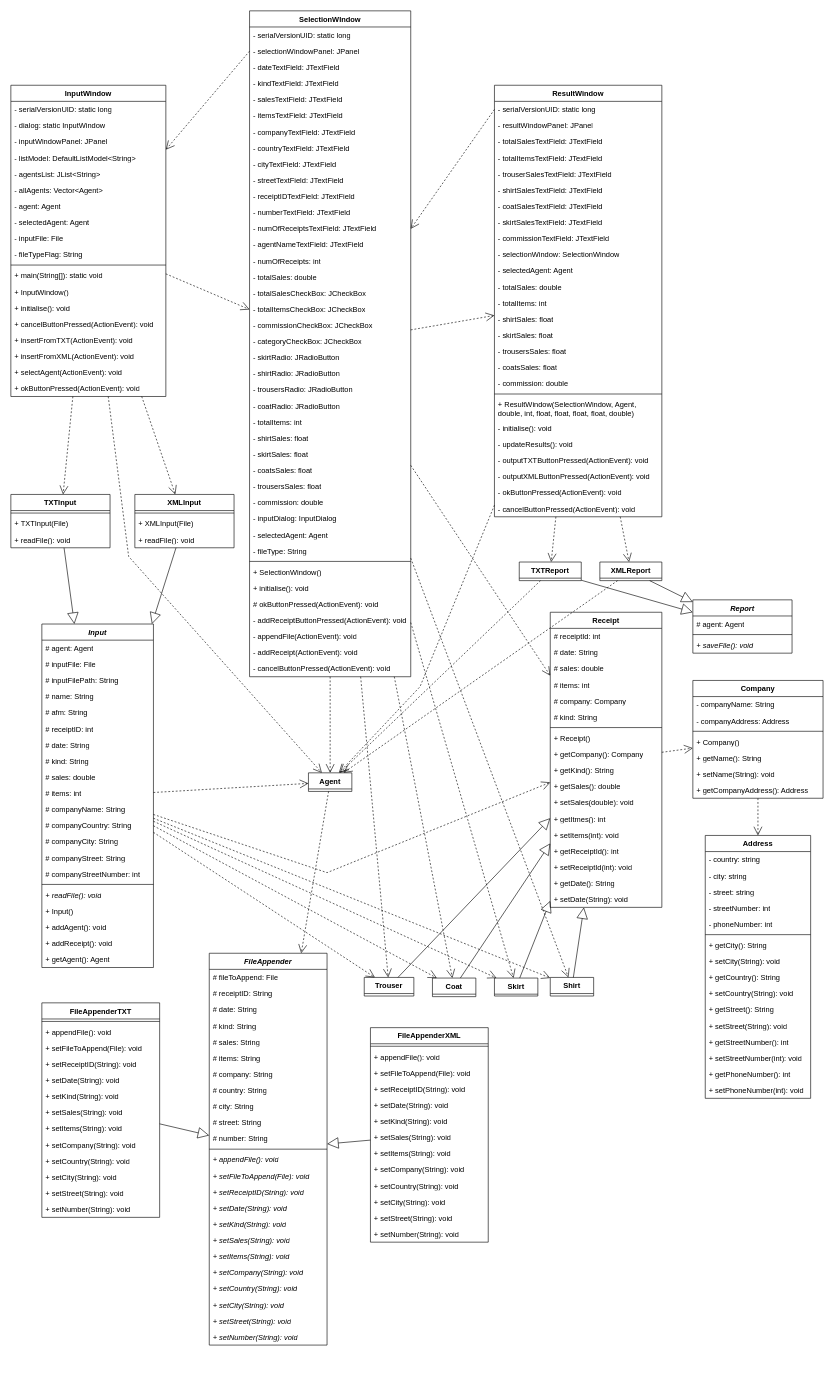
Earlier version of the draw.io diagram page "All" (6 of 6) of diagrams/LegacyDesign.drawio (pKolok/mye004_SalesCommissions_2023). Source tidied: cells renumbered, new cells numbered last; positions are measured from the earlier drawing's top-left corner, leaving out a move shared by most shapes. Both pictures are drawn from the tidied source at 62%, with x=0, y=0 at pixel (11, 11).
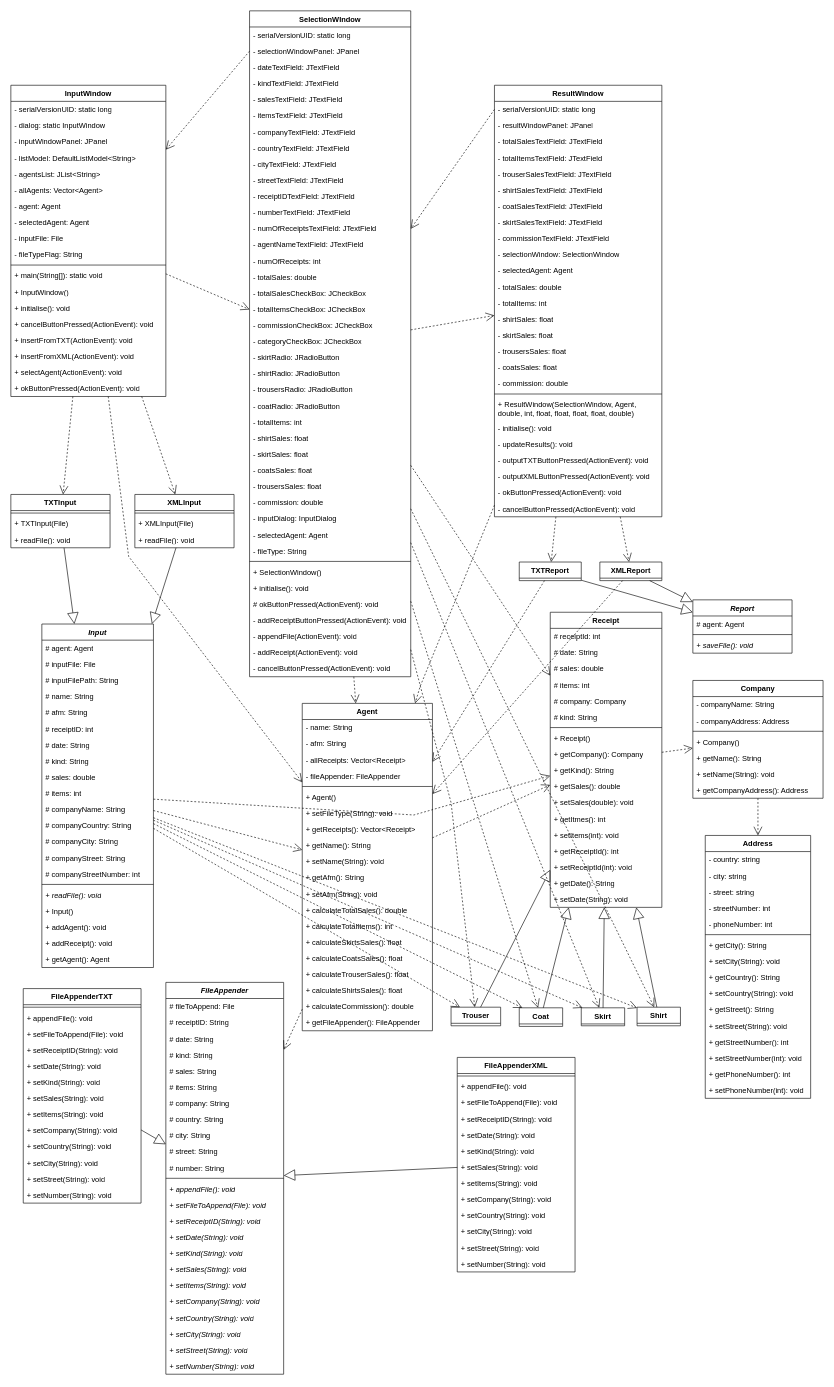
The same page after the edit.

Unchanged cells that the change refers to:
```xml
<mxCell id="22" value="SelectionWIndow" style="swimlane;fontStyle=1;align=center;verticalAlign=top;horizontal=1;startSize=26;whiteSpace=wrap;html=1;" parent="1" vertex="1">
  <mxGeometry x="385" width="260" height="1074" as="geometry" />
</mxCell>
<mxCell id="106" value="Receipt" style="swimlane;fontStyle=1;align=center;verticalAlign=top;horizontal=1;startSize=26;whiteSpace=wrap;html=1;" parent="1" vertex="1">
  <mxGeometry x="870" y="970" width="180" height="476" as="geometry" />
</mxCell>
<mxCell id="141" value="Input" style="swimlane;fontStyle=3;align=center;verticalAlign=top;horizontal=1;startSize=26;whiteSpace=wrap;html=1;" parent="1" vertex="1">
  <mxGeometry x="50" y="989" width="180" height="554" as="geometry" />
</mxCell>
```

Change to the diagram source:
```diff
@@
-    <mxCell id="95" value="Agent" style="swimlane;fontStyle=1;align=center;verticalAlign=top;horizontal=1;startSize=26;whiteSpace=wrap;html=1;" parent="1" vertex="1" collapsed="1">
-      <mxGeometry x="480" y="1229" width="70" height="30" as="geometry" />
+    <mxCell id="95" value="Agent" style="swimlane;fontStyle=1;align=center;verticalAlign=top;horizontal=1;startSize=26;whiteSpace=wrap;html=1;" parent="1" vertex="1">
+      <mxGeometry x="470" y="1117" width="210" height="528" as="geometry" />
     </mxCell>
+    <mxCell id="266" value="- name: String" style="text;strokeColor=none;fillColor=none;align=left;verticalAlign=top;spacingLeft=4;spacingRight=4;overflow=hidden;whiteSpace=wrap;html=1;" parent="95" vertex="1">
+      <mxGeometry y="26" width="210" height="26" as="geometry" />
+    </mxCell>
+    <mxCell id="267" value="- afm: String" style="text;strokeColor=none;fillColor=none;align=left;verticalAlign=top;spacingLeft=4;spacingRight=4;overflow=hidden;whiteSpace=wrap;html=1;" parent="95" vertex="1">
+      <mxGeometry y="52" width="210" height="26" as="geometry" />
+    </mxCell>
+    <mxCell id="268" value="- allReceipts: Vector&amp;lt;Receipt&amp;gt;" style="text;strokeColor=none;fillColor=none;align=left;verticalAlign=top;spacingLeft=4;spacingRight=4;overflow=hidden;whiteSpace=wrap;html=1;" parent="95" vertex="1">
+      <mxGeometry y="78" width="210" height="26" as="geometry" />
+    </mxCell>
+    <mxCell id="269" value="- fileAppender: FileAppender" style="text;strokeColor=none;fillColor=none;align=left;verticalAlign=top;spacingLeft=4;spacingRight=4;overflow=hidden;whiteSpace=wrap;html=1;" parent="95" vertex="1">
+      <mxGeometry y="104" width="210" height="26" as="geometry" />
+    </mxCell>
+    <mxCell id="270" style="line;strokeWidth=1;fillColor=none;align=left;verticalAlign=middle;spacingTop=-1;spacingLeft=3;spacingRight=3;labelPosition=right;strokeColor=inherit;" parent="95" vertex="1">
+      <mxGeometry y="130" width="210" height="8" as="geometry" />
+    </mxCell>
+    <mxCell id="271" value="+ Agent()" style="text;strokeColor=none;fillColor=none;align=left;verticalAlign=top;spacingLeft=4;spacingRight=4;overflow=hidden;whiteSpace=wrap;html=1;" parent="95" vertex="1">
+      <mxGeometry y="138" width="210" height="26" as="geometry" />
+    </mxCell>
+    <mxCell id="272" value="+&amp;nbsp;setFileType&lt;span style=&quot;background-color: initial;&quot;&gt;(String): void&lt;/span&gt;&lt;div style=&quot;background-color:#2f2f2f;padding:0px 0px 0px 2px;&quot;&gt;&lt;div style=&quot;color: rgb(170, 170, 170); font-family: Consolas; font-size: 10pt;&quot;&gt;&lt;p style=&quot;background-color:#373737;margin:0;&quot;&gt;&lt;span style=&quot;color:#d9e8f7;&quot;&gt;&lt;/span&gt;&lt;/p&gt;&lt;/div&gt;&lt;/div&gt;" style="text;strokeColor=none;fillColor=none;align=left;verticalAlign=top;spacingLeft=4;spacingRight=4;overflow=hidden;whiteSpace=wrap;html=1;" parent="95" vertex="1">
+      <mxGeometry y="164" width="210" height="26" as="geometry" />
+    </mxCell>
+    <mxCell id="273" value="+ getReceipts(): Vector&amp;lt;Receipt&amp;gt;" style="text;strokeColor=none;fillColor=none;align=left;verticalAlign=top;spacingLeft=4;spacingRight=4;overflow=hidden;whiteSpace=wrap;html=1;" parent="95" vertex="1">
+      <mxGeometry y="190" width="210" height="26" as="geometry" />
+    </mxCell>
+    <mxCell id="274" value="+&amp;nbsp;getName&lt;span style=&quot;background-color: initial;&quot;&gt;(): String&lt;/span&gt;&lt;div style=&quot;background-color:#2f2f2f;padding:0px 0px 0px 2px;&quot;&gt;&lt;div style=&quot;color: rgb(170, 170, 170); font-family: Consolas; font-size: 10pt;&quot;&gt;&lt;p style=&quot;background-color:#373737;margin:0;&quot;&gt;&lt;span style=&quot;color:#d9e8f7;&quot;&gt;&lt;/span&gt;&lt;/p&gt;&lt;/div&gt;&lt;/div&gt;" style="text;strokeColor=none;fillColor=none;align=left;verticalAlign=top;spacingLeft=4;spacingRight=4;overflow=hidden;whiteSpace=wrap;html=1;" parent="95" vertex="1">
+      <mxGeometry y="216" width="210" height="26" as="geometry" />
+    </mxCell>
+    <mxCell id="275" value="+&amp;nbsp;setName&lt;span style=&quot;background-color: initial;&quot;&gt;(String): void&lt;/span&gt;&lt;div style=&quot;background-color:#2f2f2f;padding:0px 0px 0px 2px;&quot;&gt;&lt;div style=&quot;color: rgb(170, 170, 170); font-family: Consolas; font-size: 10pt;&quot;&gt;&lt;p style=&quot;background-color:#373737;margin:0;&quot;&gt;&lt;span style=&quot;color:#d9e8f7;&quot;&gt;&lt;/span&gt;&lt;/p&gt;&lt;/div&gt;&lt;/div&gt;" style="text;strokeColor=none;fillColor=none;align=left;verticalAlign=top;spacingLeft=4;spacingRight=4;overflow=hidden;whiteSpace=wrap;html=1;" parent="95" vertex="1">
+      <mxGeometry y="242" width="210" height="26" as="geometry" />
+    </mxCell>
+    <mxCell id="276" value="+&amp;nbsp;getAfm&lt;span style=&quot;background-color: initial;&quot;&gt;(): String&lt;/span&gt;&lt;div style=&quot;background-color:#2f2f2f;padding:0px 0px 0px 2px;&quot;&gt;&lt;div style=&quot;color: rgb(170, 170, 170); font-family: Consolas; font-size: 10pt;&quot;&gt;&lt;p style=&quot;background-color:#373737;margin:0;&quot;&gt;&lt;span style=&quot;color:#d9e8f7;&quot;&gt;&lt;/span&gt;&lt;/p&gt;&lt;/div&gt;&lt;/div&gt;" style="text;strokeColor=none;fillColor=none;align=left;verticalAlign=top;spacingLeft=4;spacingRight=4;overflow=hidden;whiteSpace=wrap;html=1;" parent="95" vertex="1">
+      <mxGeometry y="268" width="210" height="26" as="geometry" />
+    </mxCell>
+    <mxCell id="277" value="+ setAfm(String): void" style="text;strokeColor=none;fillColor=none;align=left;verticalAlign=top;spacingLeft=4;spacingRight=4;overflow=hidden;whiteSpace=wrap;html=1;" parent="95" vertex="1">
+      <mxGeometry y="294" width="210" height="26" as="geometry" />
+    </mxCell>
+    <mxCell id="278" value="+&amp;nbsp;calculateTotalSales&lt;span style=&quot;background-color: initial;&quot;&gt;(): double&lt;/span&gt;&lt;div style=&quot;background-color:#2f2f2f;padding:0px 0px 0px 2px;&quot;&gt;&lt;div style=&quot;color: rgb(170, 170, 170); font-family: Consolas; font-size: 10pt;&quot;&gt;&lt;p style=&quot;background-color:#373737;margin:0;&quot;&gt;&lt;span style=&quot;color:#d9e8f7;&quot;&gt;&lt;/span&gt;&lt;/p&gt;&lt;/div&gt;&lt;/div&gt;" style="text;strokeColor=none;fillColor=none;align=left;verticalAlign=top;spacingLeft=4;spacingRight=4;overflow=hidden;whiteSpace=wrap;html=1;" parent="95" vertex="1">
+      <mxGeometry y="320" width="210" height="26" as="geometry" />
+    </mxCell>
+    <mxCell id="279" value="+&amp;nbsp;calculateTotalItems&lt;span style=&quot;background-color: initial;&quot;&gt;(): int&lt;/span&gt;&lt;div style=&quot;background-color:#2f2f2f;padding:0px 0px 0px 2px;&quot;&gt;&lt;div style=&quot;color: rgb(170, 170, 170); font-family: Consolas; font-size: 10pt;&quot;&gt;&lt;p style=&quot;background-color:#373737;margin:0;&quot;&gt;&lt;span style=&quot;color:#d9e8f7;&quot;&gt;&lt;/span&gt;&lt;/p&gt;&lt;/div&gt;&lt;/div&gt;" style="text;strokeColor=none;fillColor=none;align=left;verticalAlign=top;spacingLeft=4;spacingRight=4;overflow=hidden;whiteSpace=wrap;html=1;" parent="95" vertex="1">
+      <mxGeometry y="346" width="210" height="26" as="geometry" />
+    </mxCell>
+    <mxCell id="280" value="+&amp;nbsp;calculateSkirtsSales&lt;span style=&quot;background-color: initial;&quot;&gt;(): float&lt;/span&gt;&lt;div style=&quot;background-color:#2f2f2f;padding:0px 0px 0px 2px;&quot;&gt;&lt;div style=&quot;color: rgb(170, 170, 170); font-family: Consolas; font-size: 10pt;&quot;&gt;&lt;p style=&quot;background-color:#373737;margin:0;&quot;&gt;&lt;span style=&quot;color:#d9e8f7;&quot;&gt;&lt;/span&gt;&lt;/p&gt;&lt;/div&gt;&lt;/div&gt;" style="text;strokeColor=none;fillColor=none;align=left;verticalAlign=top;spacingLeft=4;spacingRight=4;overflow=hidden;whiteSpace=wrap;html=1;" parent="95" vertex="1">
+      <mxGeometry y="372" width="210" height="26" as="geometry" />
+    </mxCell>
+    <mxCell id="281" value="+&amp;nbsp;calculateCoatsSales&lt;span style=&quot;background-color: initial;&quot;&gt;(): float&lt;/span&gt;&lt;div style=&quot;background-color:#2f2f2f;padding:0px 0px 0px 2px;&quot;&gt;&lt;div style=&quot;color: rgb(170, 170, 170); font-family: Consolas; font-size: 10pt;&quot;&gt;&lt;p style=&quot;background-color:#373737;margin:0;&quot;&gt;&lt;span style=&quot;color:#d9e8f7;&quot;&gt;&lt;/span&gt;&lt;/p&gt;&lt;/div&gt;&lt;/div&gt;" style="text;strokeColor=none;fillColor=none;align=left;verticalAlign=top;spacingLeft=4;spacingRight=4;overflow=hidden;whiteSpace=wrap;html=1;" parent="95" vertex="1">
+      <mxGeometry y="398" width="210" height="26" as="geometry" />
+    </mxCell>
+    <mxCell id="282" value="+&amp;nbsp;calculateTrouserSales&lt;span style=&quot;background-color: initial;&quot;&gt;(): float&lt;/span&gt;&lt;div style=&quot;background-color:#2f2f2f;padding:0px 0px 0px 2px;&quot;&gt;&lt;div style=&quot;color: rgb(170, 170, 170); font-family: Consolas; font-size: 10pt;&quot;&gt;&lt;p style=&quot;background-color:#373737;margin:0;&quot;&gt;&lt;span style=&quot;color:#d9e8f7;&quot;&gt;&lt;/span&gt;&lt;/p&gt;&lt;/div&gt;&lt;/div&gt;" style="text;strokeColor=none;fillColor=none;align=left;verticalAlign=top;spacingLeft=4;spacingRight=4;overflow=hidden;whiteSpace=wrap;html=1;" parent="95" vertex="1">
+      <mxGeometry y="424" width="210" height="26" as="geometry" />
+    </mxCell>
+    <mxCell id="283" value="+&amp;nbsp;calculateShirtsSales&lt;span style=&quot;background-color: initial;&quot;&gt;(): float&lt;/span&gt;&lt;div style=&quot;background-color:#2f2f2f;padding:0px 0px 0px 2px;&quot;&gt;&lt;div style=&quot;color: rgb(170, 170, 170); font-family: Consolas; font-size: 10pt;&quot;&gt;&lt;p style=&quot;background-color:#373737;margin:0;&quot;&gt;&lt;span style=&quot;color:#d9e8f7;&quot;&gt;&lt;/span&gt;&lt;/p&gt;&lt;/div&gt;&lt;/div&gt;" style="text;strokeColor=none;fillColor=none;align=left;verticalAlign=top;spacingLeft=4;spacingRight=4;overflow=hidden;whiteSpace=wrap;html=1;" parent="95" vertex="1">
+      <mxGeometry y="450" width="210" height="26" as="geometry" />
+    </mxCell>
+    <mxCell id="284" value="+&amp;nbsp;calculateCommission&lt;span style=&quot;background-color: initial;&quot;&gt;(): double&lt;/span&gt;&lt;div style=&quot;background-color:#2f2f2f;padding:0px 0px 0px 2px;&quot;&gt;&lt;div style=&quot;color: rgb(170, 170, 170); font-family: Consolas; font-size: 10pt;&quot;&gt;&lt;p style=&quot;background-color:#373737;margin:0;&quot;&gt;&lt;span style=&quot;color:#d9e8f7;&quot;&gt;&lt;/span&gt;&lt;/p&gt;&lt;/div&gt;&lt;/div&gt;" style="text;strokeColor=none;fillColor=none;align=left;verticalAlign=top;spacingLeft=4;spacingRight=4;overflow=hidden;whiteSpace=wrap;html=1;" parent="95" vertex="1">
+      <mxGeometry y="476" width="210" height="26" as="geometry" />
+    </mxCell>
+    <mxCell id="285" value="+&amp;nbsp;getFileAppender&lt;span style=&quot;background-color: initial;&quot;&gt;(): FileAppender&lt;/span&gt;&lt;div style=&quot;background-color:#2f2f2f;padding:0px 0px 0px 2px;&quot;&gt;&lt;div style=&quot;color: rgb(170, 170, 170); font-family: Consolas; font-size: 10pt;&quot;&gt;&lt;p style=&quot;background-color:#373737;margin:0;&quot;&gt;&lt;span style=&quot;color:#d9e8f7;&quot;&gt;&lt;/span&gt;&lt;/p&gt;&lt;/div&gt;&lt;/div&gt;" style="text;strokeColor=none;fillColor=none;align=left;verticalAlign=top;spacingLeft=4;spacingRight=4;overflow=hidden;whiteSpace=wrap;html=1;" parent="95" vertex="1">
+      <mxGeometry y="502" width="210" height="26" as="geometry" />
+    </mxCell>
@@
     <mxCell id="98" value="Coat" style="swimlane;fontStyle=1;align=center;verticalAlign=top;horizontal=1;startSize=26;whiteSpace=wrap;html=1;" parent="1" vertex="1" collapsed="1">
-      <mxGeometry x="680" y="1560" width="70" height="30" as="geometry" />
+      <mxGeometry x="820" y="1608" width="70" height="30" as="geometry" />
     </mxCell>
     <mxCell id="99" value="Shirt" style="swimlane;fontStyle=1;align=center;verticalAlign=top;horizontal=1;startSize=26;whiteSpace=wrap;html=1;" parent="1" vertex="1" collapsed="1">
-      <mxGeometry x="870" y="1559" width="70" height="30" as="geometry" />
+      <mxGeometry x="1010" y="1607" width="70" height="30" as="geometry" />
     </mxCell>
     <mxCell id="100" value="Skirt" style="swimlane;fontStyle=1;align=center;verticalAlign=top;horizontal=1;startSize=26;whiteSpace=wrap;html=1;" parent="1" vertex="1" collapsed="1">
-      <mxGeometry x="780" y="1560" width="70" height="29" as="geometry" />
+      <mxGeometry x="920" y="1608" width="70" height="29" as="geometry" />
     </mxCell>
     <mxCell id="101" value="Trouser" style="swimlane;fontStyle=1;align=center;verticalAlign=top;horizontal=1;startSize=26;whiteSpace=wrap;html=1;" parent="1" vertex="1" collapsed="1">
-      <mxGeometry x="570" y="1559" width="80" height="30" as="geometry" />
+      <mxGeometry x="710" y="1607" width="80" height="30" as="geometry" />
     </mxCell>
@@
     <mxCell id="105" value="Use" style="endArrow=open;endSize=12;dashed=1;html=1;rounded=0;fontColor=none;noLabel=1;" parent="1" edge="1" source="22" target="101">
-      <mxGeometry relative="1" as="geometry" />
+      <mxGeometry relative="1" as="geometry">
+        <Array as="points">
+          <mxPoint x="710" y="1277" />
+        </Array>
+      </mxGeometry>
     </mxCell>
@@
     <mxCell id="174" value="Use" style="endArrow=open;endSize=12;dashed=1;html=1;rounded=0;fontColor=none;noLabel=1;" parent="1" edge="1" source="141" target="106">
       <mxGeometry relative="1" as="geometry">
         <Array as="points">
-          <mxPoint x="510" y="1390" />
+          <mxPoint x="650" y="1297" />
         </Array>
       </mxGeometry>
     </mxCell>
@@
     <mxCell id="183" value="&lt;i&gt;FileAppender&lt;/i&gt;" style="swimlane;fontStyle=1;align=center;verticalAlign=top;horizontal=1;startSize=26;whiteSpace=wrap;html=1;" parent="1" vertex="1">
-      <mxGeometry x="320" y="1520" width="190" height="632" as="geometry" />
+      <mxGeometry x="250" y="1567" width="190" height="632" as="geometry" />
     </mxCell>
@@
     <mxCell id="208" value="FileAppenderTXT" style="swimlane;fontStyle=1;align=center;verticalAlign=top;horizontal=1;startSize=26;whiteSpace=wrap;html=1;" parent="1" vertex="1">
-      <mxGeometry x="50" y="1600" width="190" height="346" as="geometry" />
+      <mxGeometry x="20" y="1577" width="190" height="346" as="geometry" />
     </mxCell>
@@
     <mxCell id="222" value="FileAppenderXML" style="swimlane;fontStyle=1;align=center;verticalAlign=top;horizontal=1;startSize=26;whiteSpace=wrap;html=1;" parent="1" vertex="1">
-      <mxGeometry x="580" y="1640" width="190" height="346" as="geometry" />
+      <mxGeometry x="720" y="1688" width="190" height="346" as="geometry" />
     </mxCell>
@@
+    <mxCell id="286" value="Use" style="endArrow=open;endSize=12;dashed=1;html=1;rounded=0;fontColor=none;noLabel=1;" parent="1" edge="1" source="95" target="106">
+      <mxGeometry relative="1" as="geometry" />
+    </mxCell>
```
